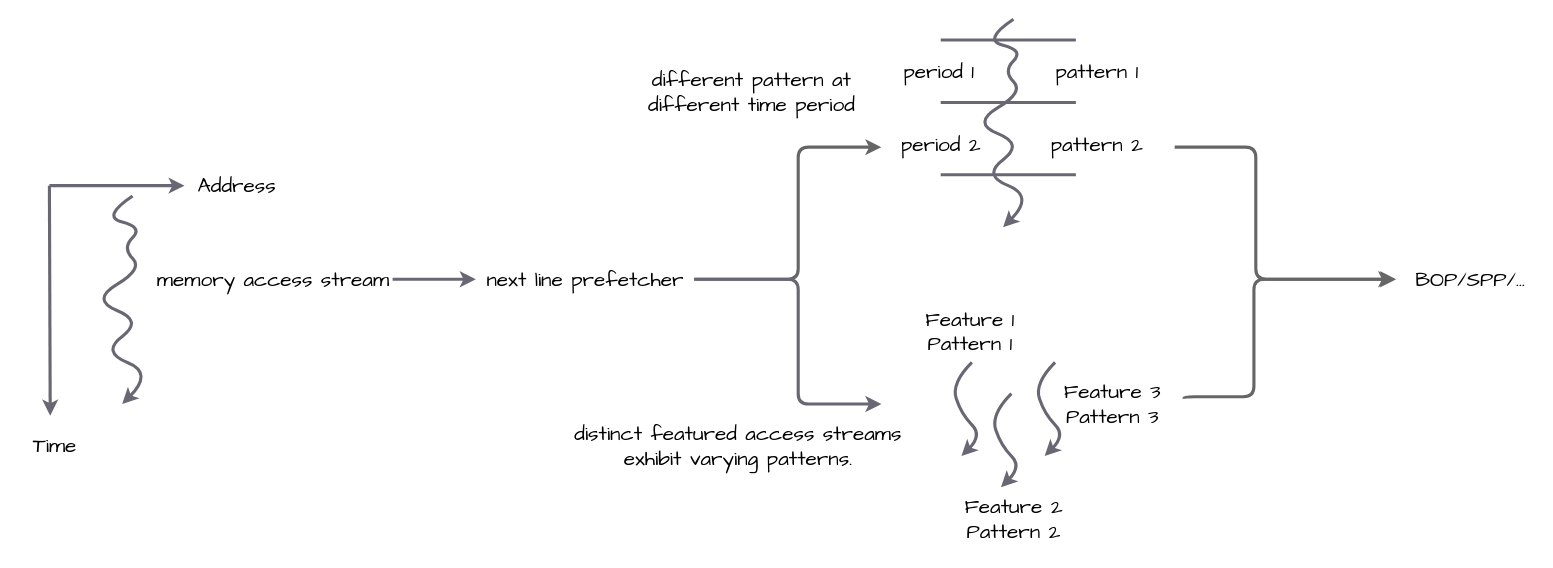
The draw.io diagram page "Page-6" (6 of 6) of ampm.drawio in miaochenlu/Draw, before the edit. Source tidied: cells renumbered, new cells numbered last; positions are measured from the earlier drawing's top-left corner, leaving out a move shared by most shapes. Both pictures are drawn from the tidied source at 104%, with x=0, y=0 at pixel (18, 19).
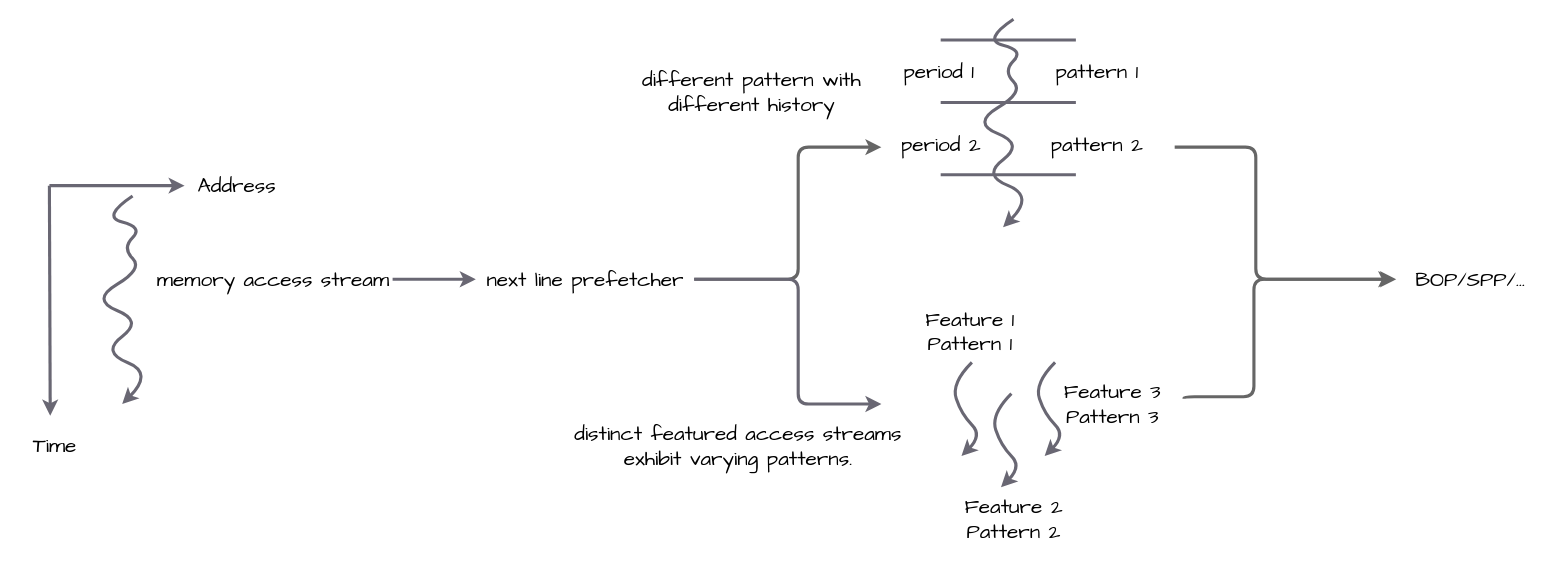
Above is the later version.

Change to the diagram source:
```diff
@@
-    <mxCell id="26" value="different pattern at&lt;br&gt;different time period" style="text;html=1;align=center;verticalAlign=middle;strokeColor=none;fillColor=none;fontSize=20;fontFamily=Comic Sans MS;" parent="1" vertex="1">
+    <mxCell id="26" value="different pattern with&lt;br&gt;different history" style="text;html=1;align=center;verticalAlign=middle;strokeColor=none;fillColor=none;fontSize=20;fontFamily=Comic Sans MS;" parent="1" vertex="1">
       <mxGeometry x="590" y="40" width="230" height="60" as="geometry" />
     </mxCell>
```
